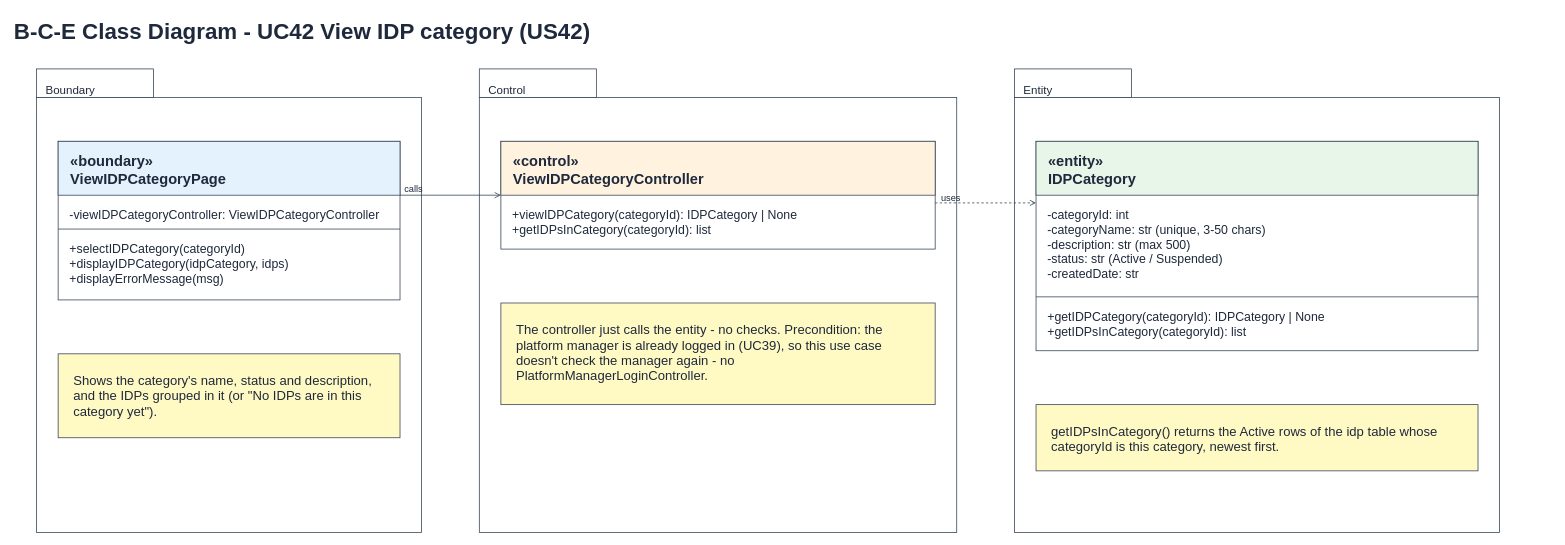
Above: page "5 BCE Class Diagram" (6 of 7) of Sprint_2/US42 - View IDP Category/US42 View IDP category.drawio in Hanzxc/CSIT314-ARCHSS (draw.io), before the change. Source tidied: cells renumbered, new cells numbered last; positions are measured from the earlier drawing's top-left corner, leaving out a move shared by most shapes. Both pictures are drawn from the tidied source at 77%, with x=0, y=0 at pixel (12, 12).
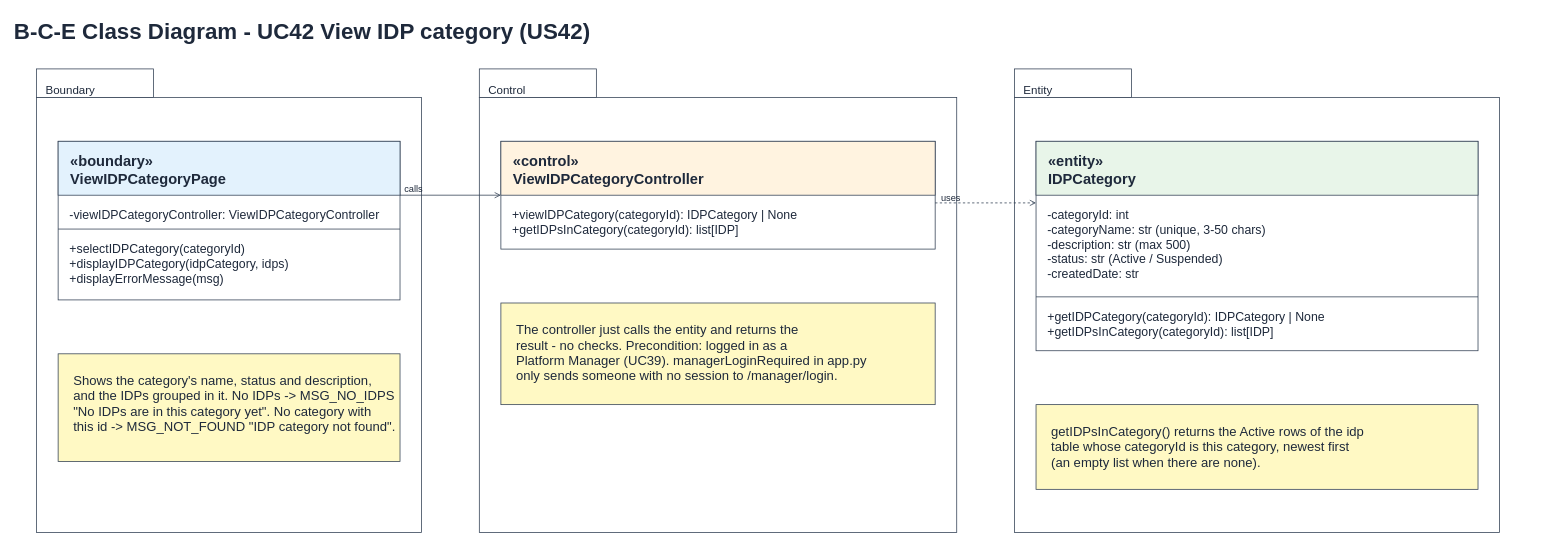
After the change.

The edit, as a diff of the source:
```diff
@@
     <mxCell id="18" style="rounded=0;whiteSpace=wrap;fillColor=#fff9c4;strokeColor=#334155;" parent="1" vertex="1">
-      <mxGeometry x="59" y="443" width="444" height="109" as="geometry" />
+      <mxGeometry x="59" y="443" width="444" height="140" as="geometry" />
     </mxCell>
-    <mxCell id="19" value="Shows the category's name, status and description,&#10;and the IDPs grouped in it (or &quot;No IDPs are in this&#10;category yet&quot;)." style="text;html=0;align=left;verticalAlign=top;fontSize=17;fontStyle=0;fontColor=#1e293b;" parent="1" vertex="1">
-      <mxGeometry x="77" y="461" width="408" height="73" as="geometry" />
+    <mxCell id="19" value="Shows the category's name, status and description,&#10;and the IDPs grouped in it. No IDPs -&gt; MSG_NO_IDPS&#10;&quot;No IDPs are in this category yet&quot;. No category with&#10;this id -&gt; MSG_NOT_FOUND &quot;IDP category not found&quot;." style="text;html=0;align=left;verticalAlign=top;fontSize=17;fontStyle=0;fontColor=#1e293b;" parent="1" vertex="1">
+      <mxGeometry x="77" y="461" width="408" height="106" as="geometry" />
     </mxCell>
@@
-    <mxCell id="23" value="+viewIDPCategory(categoryId): IDPCategory | None&#10;+getIDPsInCategory(categoryId): list" style="text;html=0;align=left;verticalAlign=top;fontSize=16;fontStyle=0;fontColor=#1e293b;" parent="1" vertex="1">
+    <mxCell id="23" value="+viewIDPCategory(categoryId): IDPCategory | None&#10;+getIDPsInCategory(categoryId): list[IDP]" style="text;html=0;align=left;verticalAlign=top;fontSize=16;fontStyle=0;fontColor=#1e293b;" parent="1" vertex="1">
       <mxGeometry x="647" y="247" width="536" height="48" as="geometry" />
     </mxCell>
@@
-    <mxCell id="25" value="The controller just calls the entity - no checks. Precondition: the&#10;platform manager is already logged in (UC39), so this use case&#10;doesn't check the manager again - no&#10;PlatformManagerLoginController." style="text;html=0;align=left;verticalAlign=top;fontSize=17;fontStyle=0;fontColor=#1e293b;" parent="1" vertex="1">
+    <mxCell id="25" value="The controller just calls the entity and returns the&#10;result - no checks. Precondition: logged in as a&#10;Platform Manager (UC39). managerLoginRequired in app.py&#10;only sends someone with no session to /manager/login." style="text;html=0;align=left;verticalAlign=top;fontSize=17;fontStyle=0;fontColor=#1e293b;" parent="1" vertex="1">
       <mxGeometry x="652" y="395" width="528" height="96" as="geometry" />
     </mxCell>
@@
-    <mxCell id="31" value="+getIDPCategory(categoryId): IDPCategory | None&#10;+getIDPsInCategory(categoryId): list" style="text;html=0;align=left;verticalAlign=top;fontSize=16;fontStyle=0;fontColor=#1e293b;" parent="1" vertex="1">
+    <mxCell id="31" value="+getIDPCategory(categoryId): IDPCategory | None&#10;+getIDPsInCategory(categoryId): list[IDP]" style="text;html=0;align=left;verticalAlign=top;fontSize=16;fontStyle=0;fontColor=#1e293b;" parent="1" vertex="1">
       <mxGeometry x="1342" y="379" width="546" height="48" as="geometry" />
     </mxCell>
     <mxCell id="32" style="rounded=0;whiteSpace=wrap;fillColor=#fff9c4;strokeColor=#334155;" parent="1" vertex="1">
-      <mxGeometry x="1329" y="509" width="574" height="86" as="geometry" />
+      <mxGeometry x="1329" y="509" width="574" height="110" as="geometry" />
     </mxCell>
-    <mxCell id="33" value="getIDPsInCategory() returns the Active rows of the idp table whose&#10;categoryId is this category, newest first." style="text;html=0;align=left;verticalAlign=top;fontSize=17;fontStyle=0;fontColor=#1e293b;" parent="1" vertex="1">
-      <mxGeometry x="1347" y="527" width="538" height="50" as="geometry" />
+    <mxCell id="33" value="getIDPsInCategory() returns the Active rows of the idp&#10;table whose categoryId is this category, newest first&#10;(an empty list when there are none)." style="text;html=0;align=left;verticalAlign=top;fontSize=17;fontStyle=0;fontColor=#1e293b;" parent="1" vertex="1">
+      <mxGeometry x="1347" y="527" width="538" height="74" as="geometry" />
     </mxCell>
```
